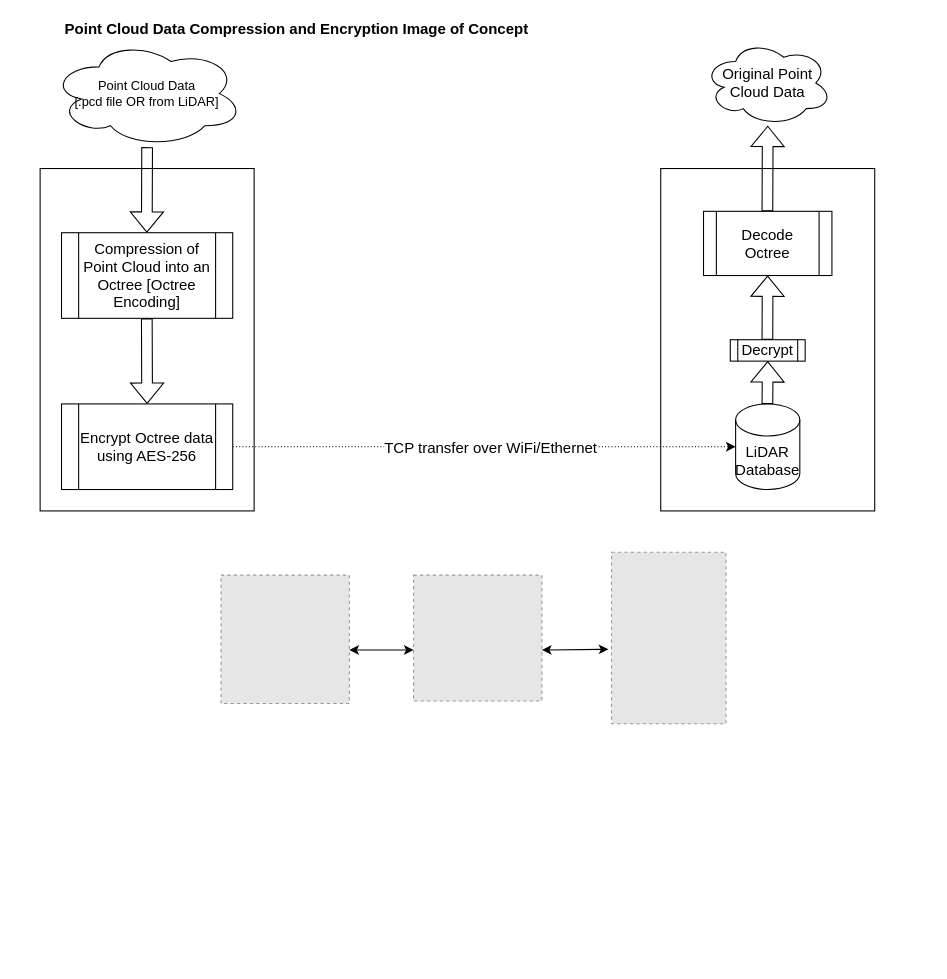
Earlier version of the draw.io diagram PointCloud_Compression_Encryption_IOC.drawio (aditya-c2512/aditya-c2512). Source tidied: cells renumbered, new cells numbered last; positions are measured from the earlier drawing's top-left corner, leaving out a move shared by most shapes. Both pictures are drawn from the tidied source at 107%, with x=0, y=0 at pixel (18, 18). Pictures stored in the file or linked from it are replaced by grey dashed boxes.
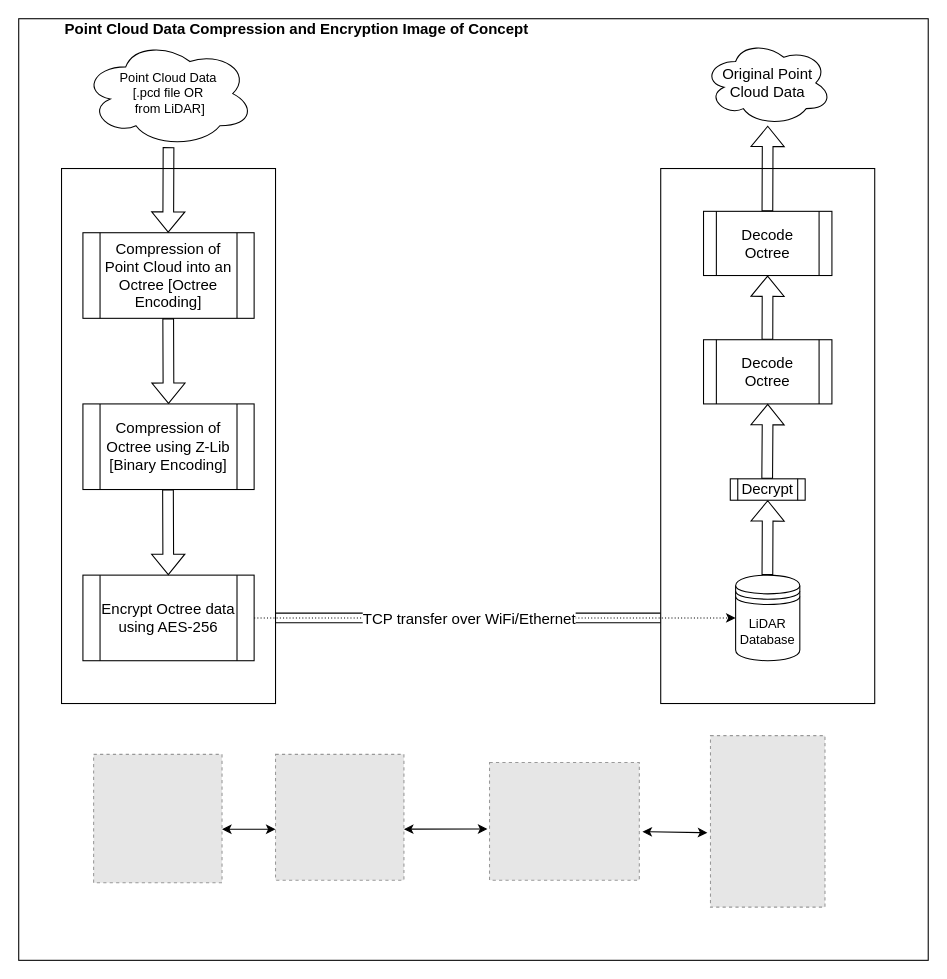
Above is the later version.

The edit, as a diff of the source:
```diff
@@
+    <mxCell id="24" style="rounded=0;whiteSpace=wrap;html=1;" parent="1" vertex="1">
+      <mxGeometry width="850" height="880" as="geometry" />
+    </mxCell>
+    <mxCell id="25" style="shape=filledEdge;rounded=0;fixDash=1;endArrow=none;strokeWidth=10;fillColor=#ffffff;edgeStyle=orthogonalEdgeStyle;" parent="1" edge="1">
+      <mxGeometry relative="1" as="geometry">
+        <mxPoint x="240" y="559.5" as="sourcePoint" />
+        <mxPoint x="600" y="560" as="targetPoint" />
+        <Array as="points">
+          <mxPoint x="600" y="560" />
+        </Array>
+      </mxGeometry>
+    </mxCell>
     <mxCell id="2" style="rounded=0;whiteSpace=wrap;html=1;fillStyle=auto;fontSize=14;" parent="1" vertex="1">
-      <mxGeometry x="600" y="140" width="200" height="320" as="geometry" />
+      <mxGeometry x="600" y="140" width="200" height="500" as="geometry" />
     </mxCell>
     <mxCell id="3" style="rounded=0;whiteSpace=wrap;html=1;fontSize=14;fillStyle=auto;" parent="1" vertex="1">
-      <mxGeometry x="20" y="140" width="200" height="320" as="geometry" />
+      <mxGeometry x="40" y="140" width="200" height="500" as="geometry" />
     </mxCell>
-    <mxCell id="4" value="Point Cloud Data &lt;br&gt;[.pcd file OR from LiDAR]" style="ellipse;shape=cloud;whiteSpace=wrap;html=1;" parent="1" vertex="1">
-      <mxGeometry x="30" y="20" width="180" height="100" as="geometry" />
+    <mxCell id="4" value="Point Cloud Data &lt;br&gt;&lt;div&gt;[.pcd file OR&lt;/div&gt;&lt;div&gt;&amp;nbsp;from LiDAR]&lt;/div&gt;" style="ellipse;shape=cloud;whiteSpace=wrap;html=1;" parent="1" vertex="1">
+      <mxGeometry x="60" y="20" width="160" height="100" as="geometry" />
     </mxCell>
@@
     <mxCell id="6" value="Compression of Point Cloud into an Octree [Octree Encoding]" style="shape=process;whiteSpace=wrap;html=1;backgroundOutline=1;fontSize=14;" parent="1" vertex="1">
-      <mxGeometry x="40" y="200" width="160" height="80" as="geometry" />
+      <mxGeometry x="60" y="200" width="160" height="80" as="geometry" />
     </mxCell>
     <mxCell id="7" style="shape=flexArrow;endArrow=classic;html=1;rounded=0;fontSize=14;startArrow=none;" parent="1" edge="1" source="4">
       <mxGeometry relative="1" as="geometry">
-        <mxPoint x="119.7" y="200" as="targetPoint" />
+        <mxPoint x="139.7" y="200" as="targetPoint" />
       </mxGeometry>
     </mxCell>
     <mxCell id="8" style="shape=flexArrow;endArrow=classic;html=1;rounded=0;fontSize=14;" parent="1" edge="1">
       <mxGeometry relative="1" as="geometry">
-        <mxPoint x="119.7" y="280" as="sourcePoint" />
-        <mxPoint x="120" y="360" as="targetPoint" />
+        <mxPoint x="139.7" y="280" as="sourcePoint" />
+        <mxPoint x="140" y="360" as="targetPoint" />
       </mxGeometry>
     </mxCell>
-    <mxCell id="9" style="edgeStyle=orthogonalEdgeStyle;rounded=0;jettySize=auto;html=1;exitX=1;exitY=0.5;exitDx=0;exitDy=0;fontSize=14;dashed=1;dashPattern=1 2;entryX=0;entryY=0.5;entryDx=0;entryDy=0;entryPerimeter=0;" parent="1" edge="1" source="11" target="12">
-      <mxGeometry relative="1" as="geometry" />
+    <mxCell id="9" style="edgeStyle=orthogonalEdgeStyle;rounded=0;jettySize=auto;html=1;exitX=1;exitY=0.5;exitDx=0;exitDy=0;fontSize=14;dashed=1;dashPattern=1 2;entryX=0;entryY=0.5;entryDx=0;entryDy=0;entryPerimeter=0;" parent="1" edge="1" source="11">
+      <mxGeometry relative="1" as="geometry">
+        <mxPoint x="670" y="560" as="targetPoint" />
+      </mxGeometry>
     </mxCell>
     <mxCell id="10" value="TCP transfer over WiFi/Ethernet" style="edgeLabel;html=1;align=center;verticalAlign=middle;fontSize=14;" parent="9" vertex="1">
       <mxGeometry x="0.17" y="1" relative="1" as="geometry">
-        <mxPoint x="-35" y="1" as="offset" />
+        <mxPoint x="-63" y="1" as="offset" />
       </mxGeometry>
     </mxCell>
     <mxCell id="11" value="Encrypt Octree data using AES-256" style="shape=process;whiteSpace=wrap;html=1;backgroundOutline=1;fontSize=14;" parent="1" vertex="1">
-      <mxGeometry x="40" y="360" width="160" height="80" as="geometry" />
+      <mxGeometry x="60" y="520" width="160" height="80" as="geometry" />
     </mxCell>
-    <mxCell id="12" value="LiDAR&lt;br&gt;Database" style="shape=cylinder3;whiteSpace=wrap;html=1;boundedLbl=1;backgroundOutline=1;size=15;fillStyle=auto;fontSize=14;" parent="1" vertex="1">
-      <mxGeometry x="670" y="360" width="60" height="80" as="geometry" />
-    </mxCell>
-    <mxCell id="13" style="shape=flexArrow;endArrow=classic;html=1;rounded=0;fontSize=14;" parent="1" edge="1">
+    <mxCell id="13" style="shape=flexArrow;endArrow=classic;html=1;rounded=0;fontSize=14;entryX=0.5;entryY=1;entryDx=0;entryDy=0;" parent="1" edge="1" target="14">
       <mxGeometry relative="1" as="geometry">
-        <mxPoint x="699.7" y="360" as="sourcePoint" />
-        <mxPoint x="700" y="320" as="targetPoint" />
+        <mxPoint x="699.7" y="520" as="sourcePoint" />
       </mxGeometry>
     </mxCell>
     <mxCell id="14" value="Decrypt" style="shape=process;whiteSpace=wrap;html=1;backgroundOutline=1;fillStyle=auto;fontSize=14;" parent="1" vertex="1">
-      <mxGeometry x="665" y="300" width="70" height="20" as="geometry" />
+      <mxGeometry x="665" y="430" width="70" height="20" as="geometry" />
     </mxCell>
@@
     <mxCell id="19" style="fillColor=#E6E6E6;strokeColor=#999999;dashed=1;verticalLabelPosition=bottom;labelBackgroundColor=default;verticalAlign=top;" parent="1" vertex="1">
-      <mxGeometry x="369" y="520" width="120" height="117.6" as="geometry" />
+      <mxGeometry x="240" y="687.5" width="120" height="117.6" as="geometry" />
     </mxCell>
     <mxCell id="20" style="fillColor=#E6E6E6;strokeColor=#999999;dashed=1;verticalLabelPosition=bottom;labelBackgroundColor=default;verticalAlign=top;" parent="1" vertex="1">
-      <mxGeometry x="189" y="520" width="120" height="120" as="geometry" />
+      <mxGeometry x="70" y="687.5" width="120" height="120" as="geometry" />
     </mxCell>
     <mxCell id="21" style="fillColor=#E6E6E6;strokeColor=#999999;dashed=1;verticalLabelPosition=bottom;labelBackgroundColor=default;verticalAlign=top;" parent="1" vertex="1">
-      <mxGeometry x="554" y="498.6" width="107" height="160.3" as="geometry" />
+      <mxGeometry x="646.5" y="670" width="107" height="160.3" as="geometry" />
     </mxCell>
     <mxCell id="22" style="endArrow=classic;startArrow=classic;html=1;rounded=0;fontSize=14;entryX=0;entryY=0.595;entryDx=0;entryDy=0;entryPerimeter=0;" parent="1" edge="1" target="19">
       <mxGeometry relative="1" as="geometry">
-        <mxPoint x="309" y="590" as="sourcePoint" />
+        <mxPoint x="190" y="757.5" as="sourcePoint" />
       </mxGeometry>
     </mxCell>
-    <mxCell id="23" style="endArrow=classic;startArrow=classic;html=1;rounded=0;fontSize=14;entryX=-0.027;entryY=0.566;entryDx=0;entryDy=0;entryPerimeter=0;" parent="1" edge="1" target="21">
-      <mxGeometry relative="1" as="geometry">
-        <mxPoint x="489" y="590" as="sourcePoint" />
-      </mxGeometry>
+    <mxCell id="23" style="endArrow=classic;startArrow=classic;html=1;rounded=0;fontSize=14;entryX=-0.027;entryY=0.566;entryDx=0;entryDy=0;entryPerimeter=0;exitX=1.021;exitY=0.588;exitDx=0;exitDy=0;exitPerimeter=0;" parent="1" edge="1" source="31" target="21">
+      <mxGeometry relative="1" as="geometry" />
     </mxCell>
+    <mxCell id="26" value="Compression of Octree using Z-Lib [Binary Encoding]" style="shape=process;whiteSpace=wrap;html=1;backgroundOutline=1;fontSize=14;" parent="1" vertex="1">
+      <mxGeometry x="60" y="360" width="160" height="80" as="geometry" />
+    </mxCell>
+    <mxCell id="27" style="shape=flexArrow;endArrow=classic;html=1;rounded=0;fontSize=14;" parent="1" edge="1">
+      <mxGeometry relative="1" as="geometry">
+        <mxPoint x="139.5" y="440" as="sourcePoint" />
+        <mxPoint x="139.8" y="520" as="targetPoint" />
+      </mxGeometry>
+    </mxCell>
+    <mxCell id="28" value="Decode Octree" style="shape=process;whiteSpace=wrap;html=1;backgroundOutline=1;fillStyle=auto;fontSize=14;" parent="1" vertex="1">
+      <mxGeometry x="640" y="300" width="120" height="60" as="geometry" />
+    </mxCell>
+    <mxCell id="29" style="shape=flexArrow;endArrow=classic;html=1;rounded=0;" parent="1" edge="1">
+      <mxGeometry relative="1" as="geometry">
+        <mxPoint x="699.5" y="430" as="sourcePoint" />
+        <mxPoint x="700" y="360" as="targetPoint" />
+      </mxGeometry>
+    </mxCell>
+    <mxCell id="30" style="endArrow=classic;startArrow=classic;html=1;rounded=0;entryX=-0.014;entryY=0.565;entryDx=0;entryDy=0;entryPerimeter=0;" parent="1" edge="1" target="31">
+      <mxGeometry relative="1" as="geometry">
+        <mxPoint x="360" y="757.4" as="sourcePoint" />
+      </mxGeometry>
+    </mxCell>
+    <mxCell id="31" style="fillColor=#E6E6E6;strokeColor=#999999;dashed=1;verticalLabelPosition=bottom;labelBackgroundColor=default;verticalAlign=top;" parent="1" vertex="1">
+      <mxGeometry x="440" y="695.2" width="140" height="109.9" as="geometry" />
+    </mxCell>
+    <mxCell id="12" value="LiDAR Database" style="shape=datastore;whiteSpace=wrap;html=1;" parent="1" vertex="1">
+      <mxGeometry x="670" y="520" width="60" height="80" as="geometry" />
+    </mxCell>
```
